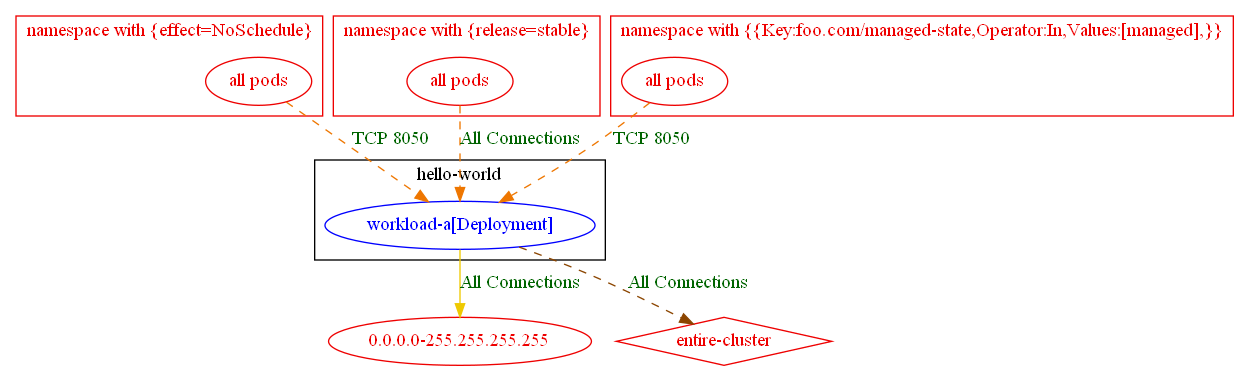
Above: test_outputs/connlist/exposure_multiple_unmatched_rules_test_exposure_output.dot.png in np-guard/netpol-analyzer (Graphviz), before the change. Its source is kept beside it as test_outputs/connlist/exposure_multiple_unmatched_rules_test_exposure_output.dot.
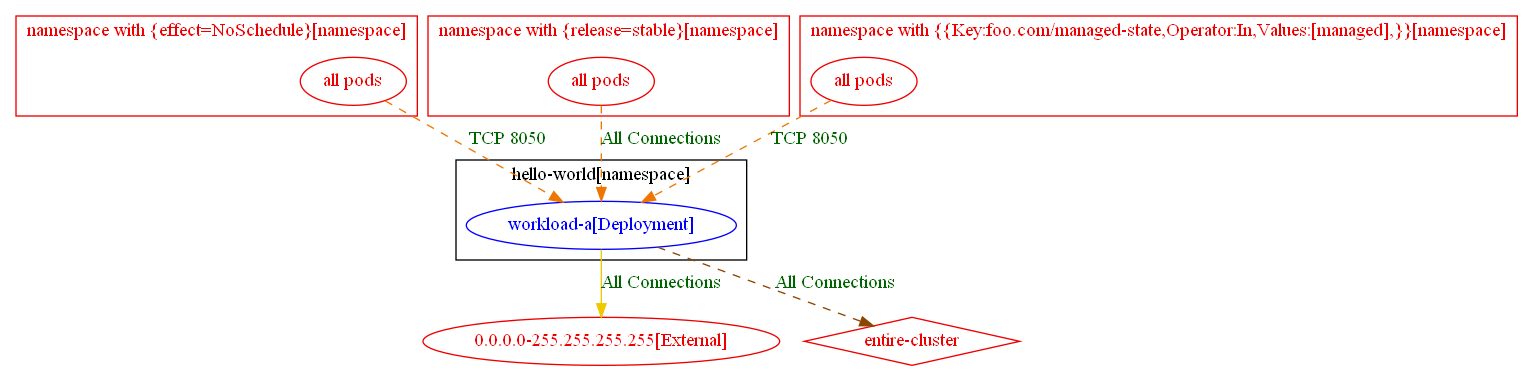
The same file after the commit.

The edit, as a diff of the source:
```diff
@@ -1,33 +1,33 @@
 digraph {
-	subgraph "cluster_hello_world" {
+	subgraph "cluster_hello_world[namespace]" {
 		color="black"
 		fontcolor="black"
 		"hello-world/workload-a[Deployment]" [label="workload-a[Deployment]" color="blue" fontcolor="blue"]
-		label="hello-world"
+		label="hello-world[namespace]"
 	}
-	subgraph "cluster_namespace with {effect=NoSchedule}" {
+	subgraph "cluster_namespace with {effect=NoSchedule}[namespace]" {
 		color="red2"
 		fontcolor="red2"
 		"all pods_in_namespace with {effect=NoSchedule}" [label="all pods" color="red2" fontcolor="red2"]
-		label="namespace with {effect=NoSchedule}"
+		label="namespace with {effect=NoSchedule}[namespace]"
 	}
-	subgraph "cluster_namespace with {release=stable}" {
+	subgraph "cluster_namespace with {release=stable}[namespace]" {
 		color="red2"
 		fontcolor="red2"
 		"all pods_in_namespace with {release=stable}" [label="all pods" color="red2" fontcolor="red2"]
-		label="namespace with {release=stable}"
+		label="namespace with {release=stable}[namespace]"
 	}
-	subgraph "cluster_namespace with {{Key:foo.com/managed_state,Operator:In,Values:[managed],}}" {
+	subgraph "cluster_namespace with {{Key:foo.com/managed_state,Operator:In,Values:[managed],}}[namespace]" {
 		color="red2"
 		fontcolor="red2"
 		"all pods_in_namespace with {{Key:foo.com/managed-state,Operator:In,Values:[managed],}}" [label="all pods" color="red2" fontcolor="red2"]
-		label="namespace with {{Key:foo.com/managed-state,Operator:In,Values:[managed],}}"
+		label="namespace with {{Key:foo.com/managed-state,Operator:In,Values:[managed],}}[namespace]"
 	}
-	"0.0.0.0-255.255.255.255" [label="0.0.0.0-255.255.255.255" color="red2" fontcolor="red2"]
+	"0.0.0.0-255.255.255.255[External]" [label="0.0.0.0-255.255.255.255[External]" color="red2" fontcolor="red2"]
 	"entire-cluster" [label="entire-cluster" color="red2" fontcolor="red2" shape=diamond]
 	"all pods_in_namespace with {effect=NoSchedule}" -> "hello-world/workload-a[Deployment]" [label="TCP 8050" color="darkorange2" fontcolor="darkgreen" weight=1 style=dashed]
 	"all pods_in_namespace with {release=stable}" -> "hello-world/workload-a[Deployment]" [label="All Connections" color="darkorange2" fontcolor="darkgreen" weight=1 style=dashed]
 	"all pods_in_namespace with {{Key:foo.com/managed-state,Operator:In,Values:[managed],}}" -> "hello-world/workload-a[Deployment]" [label="TCP 8050" color="darkorange2" fontcolor="darkgreen" weight=1 style=dashed]
-	"hello-world/workload-a[Deployment]" -> "0.0.0.0-255.255.255.255" [label="All Connections" color="gold2" fontcolor="darkgreen" weight=1]
+	"hello-world/workload-a[Deployment]" -> "0.0.0.0-255.255.255.255[External]" [label="All Connections" color="gold2" fontcolor="darkgreen" weight=1]
 	"hello-world/workload-a[Deployment]" -> "entire-cluster" [label="All Connections" color="darkorange4" fontcolor="darkgreen" weight=0.5 style=dashed]
 }
```
